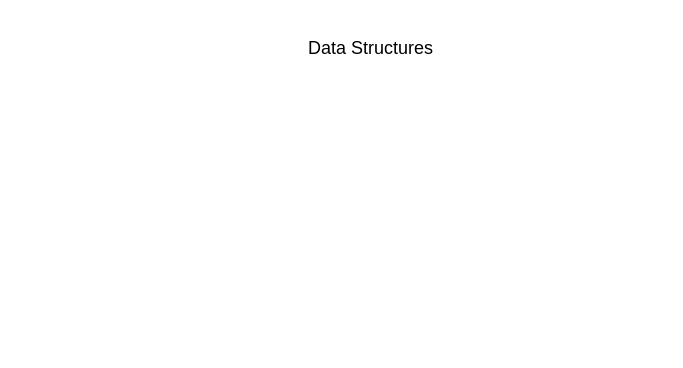
Earlier version of the draw.io diagram overall_layout.drawio (honchingli/neutral-grid-trading-backtesting). Source tidied: cells renumbered, new cells numbered last; positions are measured from the earlier drawing's top-left corner, leaving out a move shared by most shapes. Both pictures are drawn from the tidied source at 150%, with x=0, y=0 at pixel (220, 26).
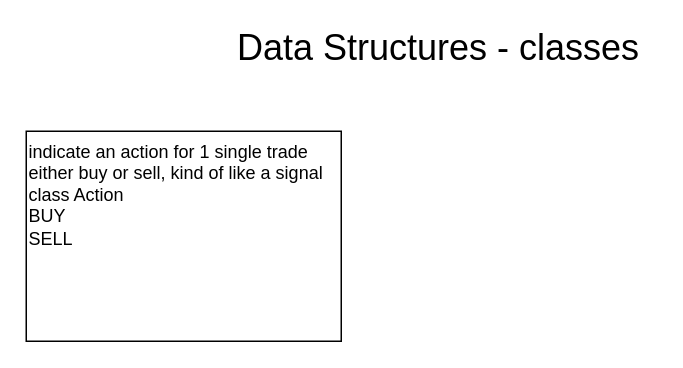
The same page after the edit.

What changed in the source:
```diff
@@
 <mxGraphModel>
   <root>
     <mxCell id="0" />
     <mxCell id="1" parent="0" />
-    <mxCell id="2" value="Data Structures" style="text;html=1;whiteSpace=wrap;strokeColor=none;fillColor=none;align=center;verticalAlign=middle;rounded=0;" parent="1" vertex="1">
-      <mxGeometry width="200" height="30" as="geometry" />
+    <mxCell id="2" value="&lt;font style=&quot;font-size: 24px;&quot;&gt;Data Structures - classes&lt;/font&gt;" style="text;html=1;whiteSpace=wrap;strokeColor=none;fillColor=none;align=center;verticalAlign=middle;rounded=0;" parent="1" vertex="1">
+      <mxGeometry width="290" height="30" as="geometry" />
     </mxCell>
+    <mxCell id="3" value="&lt;div&gt;&lt;div&gt;indicate an action for 1 single trade&lt;/div&gt;&lt;div&gt;either buy or sell, kind of like a signal&lt;/div&gt;&lt;/div&gt;class Action&lt;div&gt;BUY&lt;/div&gt;&lt;div&gt;SELL&lt;/div&gt;" style="rounded=0;whiteSpace=wrap;html=1;verticalAlign=top;align=left;" parent="1" vertex="1">
+      <mxGeometry x="-130" y="70" width="210" height="140" as="geometry" />
+    </mxCell>
   </root>
 </mxGraphModel>
```
